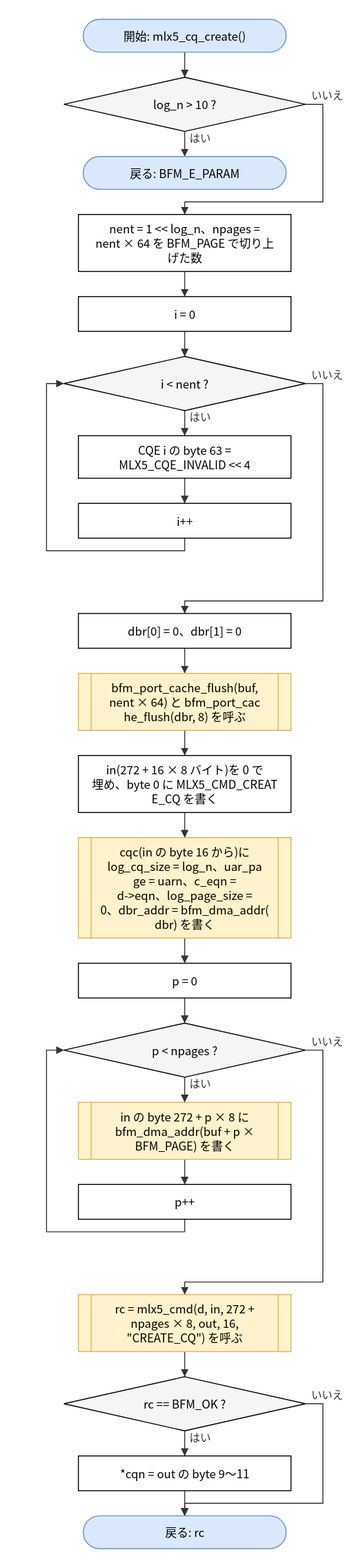
hf355051012-ai/bfmem keeps this draw.io diagram as doc/spec/images/flow_src_mlx5_hca__mlx5_cq_create.drawio.svg. Above is the earlier version. Source tidied: cells renumbered, new cells last; positions are measured from the earlier drawing's top-left corner, leaving out a move shared by most shapes.
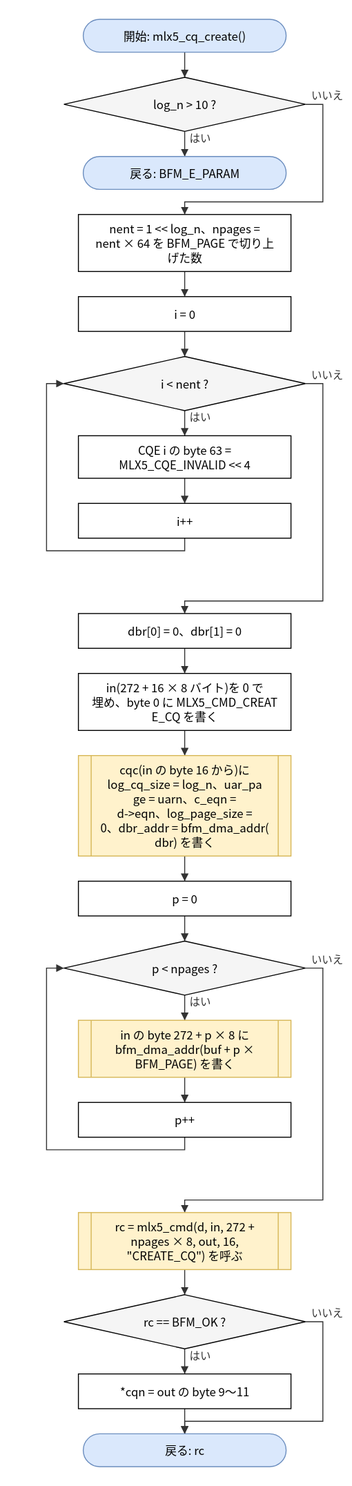
After the commit.

Change to the diagram source:
```diff
@@ -29,39 +29,36 @@
     <mxCell id="10" value="dbr[0] = 0、dbr[1] = 0" style="rounded=0;whiteSpace=wrap;html=1;" parent="1" vertex="1">
       <mxGeometry x="33" y="615" width="220" height="36" as="geometry" />
     </mxCell>
-    <mxCell id="11" value="bfm_port_cache_flush(buf,&lt;br&gt;nent × 64) と bfm_port_cac&lt;br&gt;he_flush(dbr, 8) を呼ぶ" style="shape=process;whiteSpace=wrap;html=1;backgroundOutline=1;size=0.06;fillColor=#fff2cc;strokeColor=#d6b656;" parent="1" vertex="1">
+    <mxCell id="11" value="in(272 + 16 × 8 バイト)を 0 で&lt;br&gt;埋め、byte 0 に MLX5_CMD_CREAT&lt;br&gt;E_CQ を書く" style="rounded=0;whiteSpace=wrap;html=1;" parent="1" vertex="1">
       <mxGeometry x="33" y="677" width="220" height="59" as="geometry" />
     </mxCell>
-    <mxCell id="12" value="in(272 + 16 × 8 バイト)を 0 で&lt;br&gt;埋め、byte 0 に MLX5_CMD_CREAT&lt;br&gt;E_CQ を書く" style="rounded=0;whiteSpace=wrap;html=1;" parent="1" vertex="1">
-      <mxGeometry x="33" y="762" width="220" height="59" as="geometry" />
+    <mxCell id="12" value="cqc(in の byte 16 から)に&lt;br&gt;log_cq_size = log_n、uar_pa&lt;br&gt;ge = uarn、c_eqn =&lt;br&gt;d-&amp;gt;eqn、log_page_size =&lt;br&gt;0、dbr_addr = bfm_dma_addr(&lt;br&gt;dbr) を書く" style="shape=process;whiteSpace=wrap;html=1;backgroundOutline=1;size=0.06;fillColor=#fff2cc;strokeColor=#d6b656;" parent="1" vertex="1">
+      <mxGeometry x="33" y="762" width="220" height="104" as="geometry" />
     </mxCell>
-    <mxCell id="13" value="cqc(in の byte 16 から)に&lt;br&gt;log_cq_size = log_n、uar_pa&lt;br&gt;ge = uarn、c_eqn =&lt;br&gt;d-&amp;gt;eqn、log_page_size =&lt;br&gt;0、dbr_addr = bfm_dma_addr(&lt;br&gt;dbr) を書く" style="shape=process;whiteSpace=wrap;html=1;backgroundOutline=1;size=0.06;fillColor=#fff2cc;strokeColor=#d6b656;" parent="1" vertex="1">
-      <mxGeometry x="33" y="847" width="220" height="104" as="geometry" />
+    <mxCell id="13" value="p = 0" style="rounded=0;whiteSpace=wrap;html=1;" parent="1" vertex="1">
+      <mxGeometry x="33" y="892" width="220" height="36" as="geometry" />
     </mxCell>
-    <mxCell id="14" value="p = 0" style="rounded=0;whiteSpace=wrap;html=1;" parent="1" vertex="1">
-      <mxGeometry x="33" y="977" width="220" height="36" as="geometry" />
+    <mxCell id="14" value="p &amp;lt; npages ?" style="rhombus;whiteSpace=wrap;html=1;fillColor=#f5f5f5;" parent="1" vertex="1">
+      <mxGeometry x="18" y="954" width="250" height="56" as="geometry" />
     </mxCell>
-    <mxCell id="15" value="p &amp;lt; npages ?" style="rhombus;whiteSpace=wrap;html=1;fillColor=#f5f5f5;" parent="1" vertex="1">
-      <mxGeometry x="18" y="1039" width="250" height="56" as="geometry" />
+    <mxCell id="15" value="in の byte 272 + p × 8 に&lt;br&gt;bfm_dma_addr(buf + p ×&lt;br&gt;BFM_PAGE) を書く" style="shape=process;whiteSpace=wrap;html=1;backgroundOutline=1;size=0.06;fillColor=#fff2cc;strokeColor=#d6b656;" parent="1" vertex="1">
+      <mxGeometry x="33" y="1036" width="220" height="59" as="geometry" />
     </mxCell>
-    <mxCell id="16" value="in の byte 272 + p × 8 に&lt;br&gt;bfm_dma_addr(buf + p ×&lt;br&gt;BFM_PAGE) を書く" style="shape=process;whiteSpace=wrap;html=1;backgroundOutline=1;size=0.06;fillColor=#fff2cc;strokeColor=#d6b656;" parent="1" vertex="1">
-      <mxGeometry x="33" y="1121" width="220" height="59" as="geometry" />
+    <mxCell id="16" value="p++" style="rounded=0;whiteSpace=wrap;html=1;" parent="1" vertex="1">
+      <mxGeometry x="33" y="1121" width="220" height="36" as="geometry" />
     </mxCell>
-    <mxCell id="17" value="p++" style="rounded=0;whiteSpace=wrap;html=1;" parent="1" vertex="1">
-      <mxGeometry x="33" y="1206" width="220" height="36" as="geometry" />
+    <mxCell id="17" value="rc = mlx5_cmd(d, in, 272 +&lt;br&gt;npages × 8, out, 16,&lt;br&gt;&amp;quot;CREATE_CQ&amp;quot;) を呼ぶ" style="shape=process;whiteSpace=wrap;html=1;backgroundOutline=1;size=0.06;fillColor=#fff2cc;strokeColor=#d6b656;" parent="1" vertex="1">
+      <mxGeometry x="33" y="1235" width="220" height="59" as="geometry" />
     </mxCell>
-    <mxCell id="18" value="rc = mlx5_cmd(d, in, 272 +&lt;br&gt;npages × 8, out, 16,&lt;br&gt;&amp;quot;CREATE_CQ&amp;quot;) を呼ぶ" style="shape=process;whiteSpace=wrap;html=1;backgroundOutline=1;size=0.06;fillColor=#fff2cc;strokeColor=#d6b656;" parent="1" vertex="1">
-      <mxGeometry x="33" y="1320" width="220" height="59" as="geometry" />
+    <mxCell id="18" value="rc == BFM_OK ?" style="rhombus;whiteSpace=wrap;html=1;fillColor=#f5f5f5;" parent="1" vertex="1">
+      <mxGeometry x="18" y="1320" width="250" height="56" as="geometry" />
     </mxCell>
-    <mxCell id="19" value="rc == BFM_OK ?" style="rhombus;whiteSpace=wrap;html=1;fillColor=#f5f5f5;" parent="1" vertex="1">
-      <mxGeometry x="18" y="1405" width="250" height="56" as="geometry" />
+    <mxCell id="19" value="*cqn = out の byte 9〜11" style="rounded=0;whiteSpace=wrap;html=1;" parent="1" vertex="1">
+      <mxGeometry x="33" y="1402" width="220" height="36" as="geometry" />
     </mxCell>
-    <mxCell id="20" value="*cqn = out の byte 9〜11" style="rounded=0;whiteSpace=wrap;html=1;" parent="1" vertex="1">
-      <mxGeometry x="33" y="1487" width="220" height="36" as="geometry" />
+    <mxCell id="20" value="戻る: rc" style="rounded=1;arcSize=50;whiteSpace=wrap;html=1;fillColor=#dae8fc;strokeColor=#6c8ebf;" parent="1" vertex="1">
+      <mxGeometry x="38" y="1464" width="210" height="34" as="geometry" />
     </mxCell>
-    <mxCell id="21" value="戻る: rc" style="rounded=1;arcSize=50;whiteSpace=wrap;html=1;fillColor=#dae8fc;strokeColor=#6c8ebf;" parent="1" vertex="1">
-      <mxGeometry x="38" y="1549" width="210" height="34" as="geometry" />
-    </mxCell>
     <mxCell id="22" style="edgeStyle=none;html=1;rounded=0;endArrow=block;endFill=1;exitX=0.5000;exitY=1.0000;exitDx=0;exitDy=0;exitPerimeter=0;entryX=0.5000;entryY=0.0000;entryDx=0;entryDy=0;entryPerimeter=0;" parent="1" edge="1" source="2" target="3">
       <mxGeometry relative="1" as="geometry" />
     </mxCell>
@@ -119,50 +116,47 @@
     <mxCell id="34" style="edgeStyle=none;html=1;rounded=0;endArrow=block;endFill=1;exitX=0.5000;exitY=1.0000;exitDx=0;exitDy=0;exitPerimeter=0;entryX=0.5000;entryY=0.0000;entryDx=0;entryDy=0;entryPerimeter=0;" parent="1" edge="1" source="13" target="14">
       <mxGeometry relative="1" as="geometry" />
     </mxCell>
-    <mxCell id="35" style="edgeStyle=none;html=1;rounded=0;endArrow=block;endFill=1;exitX=0.5000;exitY=1.0000;exitDx=0;exitDy=0;exitPerimeter=0;entryX=0.5000;entryY=0.0000;entryDx=0;entryDy=0;entryPerimeter=0;" parent="1" edge="1" source="14" target="15">
+    <mxCell id="35" value="はい" style="edgeStyle=none;html=1;rounded=0;endArrow=block;endFill=1;exitX=0.5000;exitY=1.0000;exitDx=0;exitDy=0;exitPerimeter=0;entryX=0.5000;entryY=0.0000;entryDx=0;entryDy=0;entryPerimeter=0;" parent="1" edge="1" source="14" target="15">
       <mxGeometry relative="1" as="geometry" />
     </mxCell>
-    <mxCell id="36" value="はい" style="edgeStyle=none;html=1;rounded=0;endArrow=block;endFill=1;exitX=0.5000;exitY=1.0000;exitDx=0;exitDy=0;exitPerimeter=0;entryX=0.5000;entryY=0.0000;entryDx=0;entryDy=0;entryPerimeter=0;" parent="1" edge="1" source="15" target="16">
+    <mxCell id="36" style="edgeStyle=none;html=1;rounded=0;endArrow=block;endFill=1;exitX=0.5000;exitY=1.0000;exitDx=0;exitDy=0;exitPerimeter=0;entryX=0.5000;entryY=0.0000;entryDx=0;entryDy=0;entryPerimeter=0;" parent="1" edge="1" source="15" target="16">
       <mxGeometry relative="1" as="geometry" />
     </mxCell>
-    <mxCell id="37" style="edgeStyle=none;html=1;rounded=0;endArrow=block;endFill=1;exitX=0.5000;exitY=1.0000;exitDx=0;exitDy=0;exitPerimeter=0;entryX=0.5000;entryY=0.0000;entryDx=0;entryDy=0;entryPerimeter=0;" parent="1" edge="1" source="16" target="17">
-      <mxGeometry relative="1" as="geometry" />
+    <mxCell id="37" style="edgeStyle=none;html=1;rounded=0;endArrow=block;endFill=1;exitX=0.5000;exitY=1.0000;exitDx=0;exitDy=0;exitPerimeter=0;entryX=0.0000;entryY=0.5000;entryDx=0;entryDy=0;entryPerimeter=0;" parent="1" edge="1" source="16" target="14">
+      <mxGeometry relative="1" as="geometry">
+        <Array as="points">
+          <mxPoint x="143" y="1170" />
+          <mxPoint y="1170" />
+          <mxPoint y="982" />
+        </Array>
+      </mxGeometry>
     </mxCell>
-    <mxCell id="38" style="edgeStyle=none;html=1;rounded=0;endArrow=block;endFill=1;exitX=0.5000;exitY=1.0000;exitDx=0;exitDy=0;exitPerimeter=0;entryX=0.0000;entryY=0.5000;entryDx=0;entryDy=0;entryPerimeter=0;" parent="1" edge="1" source="17" target="15">
+    <mxCell id="38" value="いいえ" style="edgeStyle=none;html=1;rounded=0;endArrow=block;endFill=1;exitX=1.0000;exitY=0.5000;exitDx=0;exitDy=0;exitPerimeter=0;entryX=0.5000;entryY=0.0000;entryDx=0;entryDy=0;entryPerimeter=0;" parent="1" edge="1" source="14" target="17">
       <mxGeometry relative="1" as="geometry">
         <Array as="points">
-          <mxPoint x="143" y="1255" />
-          <mxPoint y="1255" />
-          <mxPoint y="1067" />
+          <mxPoint x="286" y="982" />
+          <mxPoint x="286" y="1222" />
+          <mxPoint x="143" y="1222" />
         </Array>
       </mxGeometry>
     </mxCell>
-    <mxCell id="39" value="いいえ" style="edgeStyle=none;html=1;rounded=0;endArrow=block;endFill=1;exitX=1.0000;exitY=0.5000;exitDx=0;exitDy=0;exitPerimeter=0;entryX=0.5000;entryY=0.0000;entryDx=0;entryDy=0;entryPerimeter=0;" parent="1" edge="1" source="15" target="18">
-      <mxGeometry relative="1" as="geometry">
-        <Array as="points">
-          <mxPoint x="286" y="1067" />
-          <mxPoint x="286" y="1307" />
-          <mxPoint x="143" y="1307" />
-        </Array>
-      </mxGeometry>
+    <mxCell id="39" style="edgeStyle=none;html=1;rounded=0;endArrow=block;endFill=1;exitX=0.5000;exitY=1.0000;exitDx=0;exitDy=0;exitPerimeter=0;entryX=0.5000;entryY=0.0000;entryDx=0;entryDy=0;entryPerimeter=0;" parent="1" edge="1" source="17" target="18">
+      <mxGeometry relative="1" as="geometry" />
     </mxCell>
-    <mxCell id="40" style="edgeStyle=none;html=1;rounded=0;endArrow=block;endFill=1;exitX=0.5000;exitY=1.0000;exitDx=0;exitDy=0;exitPerimeter=0;entryX=0.5000;entryY=0.0000;entryDx=0;entryDy=0;entryPerimeter=0;" parent="1" edge="1" source="18" target="19">
+    <mxCell id="40" value="はい" style="edgeStyle=none;html=1;rounded=0;endArrow=block;endFill=1;exitX=0.5000;exitY=1.0000;exitDx=0;exitDy=0;exitPerimeter=0;entryX=0.5000;entryY=0.0000;entryDx=0;entryDy=0;entryPerimeter=0;" parent="1" edge="1" source="18" target="19">
       <mxGeometry relative="1" as="geometry" />
     </mxCell>
-    <mxCell id="41" value="はい" style="edgeStyle=none;html=1;rounded=0;endArrow=block;endFill=1;exitX=0.5000;exitY=1.0000;exitDx=0;exitDy=0;exitPerimeter=0;entryX=0.5000;entryY=0.0000;entryDx=0;entryDy=0;entryPerimeter=0;" parent="1" edge="1" source="19" target="20">
+    <mxCell id="41" style="edgeStyle=none;html=1;rounded=0;endArrow=block;endFill=1;exitX=0.5000;exitY=1.0000;exitDx=0;exitDy=0;exitPerimeter=0;entryX=0.5000;entryY=0.0000;entryDx=0;entryDy=0;entryPerimeter=0;" parent="1" edge="1" source="19" target="20">
       <mxGeometry relative="1" as="geometry" />
     </mxCell>
-    <mxCell id="42" style="edgeStyle=none;html=1;rounded=0;endArrow=block;endFill=1;exitX=0.5000;exitY=1.0000;exitDx=0;exitDy=0;exitPerimeter=0;entryX=0.5000;entryY=0.0000;entryDx=0;entryDy=0;entryPerimeter=0;" parent="1" edge="1" source="20" target="21">
-      <mxGeometry relative="1" as="geometry" />
+    <mxCell id="42" value="いいえ" style="edgeStyle=none;html=1;rounded=0;endArrow=block;endFill=1;exitX=1.0000;exitY=0.5000;exitDx=0;exitDy=0;exitPerimeter=0;entryX=0.5000;entryY=0.0000;entryDx=0;entryDy=0;entryPerimeter=0;" parent="1" edge="1" source="18" target="20">
+      <mxGeometry relative="1" as="geometry">
+        <Array as="points">
+          <mxPoint x="286" y="1348" />
+          <mxPoint x="286" y="1451" />
+          <mxPoint x="143" y="1451" />
+        </Array>
+      </mxGeometry>
     </mxCell>
-    <mxCell id="43" value="いいえ" style="edgeStyle=none;html=1;rounded=0;endArrow=block;endFill=1;exitX=1.0000;exitY=0.5000;exitDx=0;exitDy=0;exitPerimeter=0;entryX=0.5000;entryY=0.0000;entryDx=0;entryDy=0;entryPerimeter=0;" parent="1" edge="1" source="19" target="21">
-      <mxGeometry relative="1" as="geometry">
-        <Array as="points">
-          <mxPoint x="286" y="1433" />
-          <mxPoint x="286" y="1536" />
-          <mxPoint x="143" y="1536" />
-        </Array>
-      </mxGeometry>
-    </mxCell>
   </root>
 </mxGraphModel>
```
